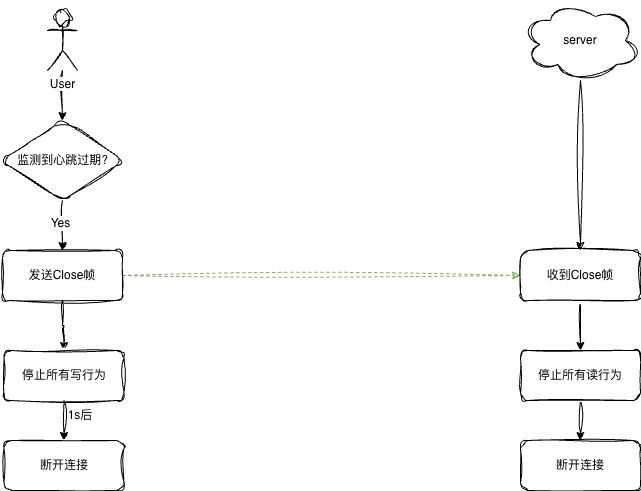
The draw.io diagram source/_posts/WSImpl/close.png in theo1893/theo1893.github.io, before a commit. Source tidied: cells renumbered, new cells last; positions are measured from the earlier drawing's top-left corner, leaving out a move shared by most shapes.
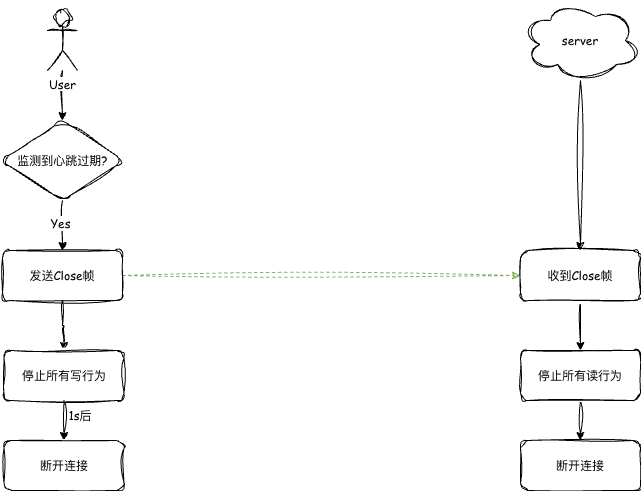
The same file after the commit.

The edit, as a diff of the source:
```diff
@@ -2,61 +2,61 @@
   <root>
     <mxCell id="0" />
     <mxCell id="1" parent="0" />
-    <mxCell id="2" style="edgeStyle=orthogonalEdgeStyle;shape=connector;rounded=0;sketch=1;jiggle=2;curveFitting=1;jettySize=auto;html=1;strokeColor=default;align=center;verticalAlign=middle;fontFamily=Helvetica;fontSize=12;fontColor=default;labelBackgroundColor=default;endArrow=classic;" parent="1" edge="1" source="3" target="8">
+    <mxCell id="2" style="edgeStyle=orthogonalEdgeStyle;shape=connector;rounded=0;sketch=1;jiggle=2;curveFitting=1;jettySize=auto;html=1;strokeColor=default;align=center;verticalAlign=middle;fontFamily=Comic Sans MS;fontSize=12;fontColor=default;labelBackgroundColor=default;endArrow=classic;" parent="1" edge="1" source="3" target="8">
       <mxGeometry relative="1" as="geometry" />
     </mxCell>
-    <mxCell id="3" value="User" style="shape=umlActor;verticalLabelPosition=bottom;verticalAlign=top;html=1;outlineConnect=0;rounded=1;sketch=1;jiggle=2;curveFitting=1;strokeColor=default;align=center;fontFamily=Helvetica;fontSize=12;fontColor=default;labelBackgroundColor=default;fillColor=default;" parent="1" vertex="1">
+    <mxCell id="3" value="User" style="shape=umlActor;verticalLabelPosition=bottom;verticalAlign=top;html=1;outlineConnect=0;rounded=1;sketch=1;jiggle=2;curveFitting=1;strokeColor=default;align=center;fontFamily=Comic Sans MS;fontSize=12;fontColor=default;labelBackgroundColor=default;fillColor=default;" parent="1" vertex="1">
       <mxGeometry x="47" y="10" width="30" height="60" as="geometry" />
     </mxCell>
-    <mxCell id="4" style="edgeStyle=orthogonalEdgeStyle;shape=connector;rounded=0;sketch=1;jiggle=2;curveFitting=1;jettySize=auto;html=1;entryX=0.5;entryY=0;entryDx=0;entryDy=0;strokeColor=default;align=center;verticalAlign=middle;fontFamily=Helvetica;fontSize=12;fontColor=default;labelBackgroundColor=default;endArrow=classic;" parent="1" edge="1" source="5" target="17">
+    <mxCell id="4" style="edgeStyle=orthogonalEdgeStyle;shape=connector;rounded=0;sketch=1;jiggle=2;curveFitting=1;jettySize=auto;html=1;entryX=0.5;entryY=0;entryDx=0;entryDy=0;strokeColor=default;align=center;verticalAlign=middle;fontFamily=Comic Sans MS;fontSize=12;fontColor=default;labelBackgroundColor=default;endArrow=classic;" parent="1" edge="1" source="5" target="17">
       <mxGeometry relative="1" as="geometry" />
     </mxCell>
-    <mxCell id="5" value="server" style="ellipse;shape=cloud;whiteSpace=wrap;html=1;rounded=1;sketch=1;jiggle=2;curveFitting=1;strokeColor=default;align=center;verticalAlign=middle;fontFamily=Helvetica;fontSize=12;fontColor=default;labelBackgroundColor=default;fillColor=default;" parent="1" vertex="1">
+    <mxCell id="5" value="server" style="ellipse;shape=cloud;whiteSpace=wrap;html=1;rounded=1;sketch=1;jiggle=2;curveFitting=1;strokeColor=default;align=center;verticalAlign=middle;fontFamily=Comic Sans MS;fontSize=12;fontColor=default;labelBackgroundColor=default;fillColor=default;" parent="1" vertex="1">
       <mxGeometry x="520" width="120" height="80" as="geometry" />
     </mxCell>
-    <mxCell id="6" style="edgeStyle=orthogonalEdgeStyle;shape=connector;rounded=0;sketch=1;jiggle=2;curveFitting=1;jettySize=auto;html=1;strokeColor=default;align=center;verticalAlign=middle;fontFamily=Helvetica;fontSize=12;fontColor=default;labelBackgroundColor=default;endArrow=classic;" parent="1" edge="1" source="8" target="11">
+    <mxCell id="6" style="edgeStyle=orthogonalEdgeStyle;shape=connector;rounded=0;sketch=1;jiggle=2;curveFitting=1;jettySize=auto;html=1;strokeColor=default;align=center;verticalAlign=middle;fontFamily=Comic Sans MS;fontSize=12;fontColor=default;labelBackgroundColor=default;endArrow=classic;" parent="1" edge="1" source="8" target="11">
       <mxGeometry relative="1" as="geometry" />
     </mxCell>
-    <mxCell id="7" value="Yes" style="edgeLabel;html=1;align=center;verticalAlign=middle;rounded=1;sketch=1;jiggle=2;curveFitting=1;strokeColor=default;fontFamily=Helvetica;fontSize=12;fontColor=default;labelBackgroundColor=default;fillColor=default;" parent="6" vertex="1">
+    <mxCell id="7" value="Yes" style="edgeLabel;html=1;align=center;verticalAlign=middle;rounded=1;sketch=1;jiggle=2;curveFitting=1;strokeColor=default;fontFamily=Comic Sans MS;fontSize=12;fontColor=default;labelBackgroundColor=default;fillColor=default;" parent="6" vertex="1">
       <mxGeometry x="-0.12" y="-3" relative="1" as="geometry" />
     </mxCell>
-    <mxCell id="8" value="监测到心跳过期?" style="rhombus;whiteSpace=wrap;html=1;rounded=1;sketch=1;jiggle=2;curveFitting=1;strokeColor=default;align=center;verticalAlign=middle;fontFamily=Helvetica;fontSize=12;fontColor=default;labelBackgroundColor=default;fillColor=default;" parent="1" vertex="1">
+    <mxCell id="8" value="监测到心跳过期?" style="rhombus;whiteSpace=wrap;html=1;rounded=1;sketch=1;jiggle=2;curveFitting=1;strokeColor=default;align=center;verticalAlign=middle;fontFamily=Comic Sans MS;fontSize=12;fontColor=default;labelBackgroundColor=default;fillColor=default;" parent="1" vertex="1">
       <mxGeometry x="0.5" y="120" width="123" height="80" as="geometry" />
     </mxCell>
-    <mxCell id="9" style="edgeStyle=orthogonalEdgeStyle;shape=connector;rounded=0;sketch=1;jiggle=2;curveFitting=1;jettySize=auto;html=1;strokeColor=default;align=center;verticalAlign=middle;fontFamily=Helvetica;fontSize=12;fontColor=default;labelBackgroundColor=default;endArrow=classic;" parent="1" edge="1" source="11" target="13">
+    <mxCell id="9" style="edgeStyle=orthogonalEdgeStyle;shape=connector;rounded=0;sketch=1;jiggle=2;curveFitting=1;jettySize=auto;html=1;strokeColor=default;align=center;verticalAlign=middle;fontFamily=Comic Sans MS;fontSize=12;fontColor=default;labelBackgroundColor=default;endArrow=classic;" parent="1" edge="1" source="11" target="13">
       <mxGeometry relative="1" as="geometry" />
     </mxCell>
-    <mxCell id="10" style="edgeStyle=orthogonalEdgeStyle;shape=connector;rounded=0;sketch=1;jiggle=2;curveFitting=1;jettySize=auto;html=1;strokeColor=#82b366;align=center;verticalAlign=middle;fontFamily=Helvetica;fontSize=12;fontColor=default;labelBackgroundColor=default;endArrow=classic;dashed=1;fillColor=#d5e8d4;" parent="1" edge="1" source="11" target="17">
+    <mxCell id="10" style="edgeStyle=orthogonalEdgeStyle;shape=connector;rounded=0;sketch=1;jiggle=2;curveFitting=1;jettySize=auto;html=1;strokeColor=#82b366;align=center;verticalAlign=middle;fontFamily=Comic Sans MS;fontSize=12;fontColor=default;labelBackgroundColor=default;endArrow=classic;dashed=1;fillColor=#d5e8d4;" parent="1" edge="1" source="11" target="17">
       <mxGeometry relative="1" as="geometry" />
     </mxCell>
-    <mxCell id="11" value="发送Close帧" style="rounded=1;whiteSpace=wrap;html=1;sketch=1;jiggle=2;curveFitting=1;strokeColor=default;align=center;verticalAlign=middle;fontFamily=Helvetica;fontSize=12;fontColor=default;labelBackgroundColor=default;fillColor=default;" parent="1" vertex="1">
+    <mxCell id="11" value="发送Close帧" style="rounded=1;whiteSpace=wrap;html=1;sketch=1;jiggle=2;curveFitting=1;strokeColor=default;align=center;verticalAlign=middle;fontFamily=Comic Sans MS;fontSize=12;fontColor=default;labelBackgroundColor=default;fillColor=default;" parent="1" vertex="1">
       <mxGeometry x="2" y="250" width="120" height="50" as="geometry" />
     </mxCell>
-    <mxCell id="12" style="edgeStyle=orthogonalEdgeStyle;shape=connector;rounded=0;sketch=1;jiggle=2;curveFitting=1;jettySize=auto;html=1;strokeColor=default;align=center;verticalAlign=middle;fontFamily=Helvetica;fontSize=12;fontColor=default;labelBackgroundColor=default;endArrow=classic;" parent="1" edge="1" source="13" target="14">
+    <mxCell id="12" style="edgeStyle=orthogonalEdgeStyle;shape=connector;rounded=0;sketch=1;jiggle=2;curveFitting=1;jettySize=auto;html=1;strokeColor=default;align=center;verticalAlign=middle;fontFamily=Comic Sans MS;fontSize=12;fontColor=default;labelBackgroundColor=default;endArrow=classic;" parent="1" edge="1" source="13" target="14">
       <mxGeometry relative="1" as="geometry" />
     </mxCell>
-    <mxCell id="13" value="停止所有写行为" style="rounded=1;whiteSpace=wrap;html=1;sketch=1;jiggle=2;curveFitting=1;strokeColor=default;align=center;verticalAlign=middle;fontFamily=Helvetica;fontSize=12;fontColor=default;labelBackgroundColor=default;fillColor=default;" parent="1" vertex="1">
+    <mxCell id="13" value="停止所有写行为" style="rounded=1;whiteSpace=wrap;html=1;sketch=1;jiggle=2;curveFitting=1;strokeColor=default;align=center;verticalAlign=middle;fontFamily=Comic Sans MS;fontSize=12;fontColor=default;labelBackgroundColor=default;fillColor=default;" parent="1" vertex="1">
       <mxGeometry x="3.5" y="350" width="120" height="50" as="geometry" />
     </mxCell>
-    <mxCell id="14" value="断开连接" style="rounded=1;whiteSpace=wrap;html=1;sketch=1;jiggle=2;curveFitting=1;strokeColor=default;align=center;verticalAlign=middle;fontFamily=Helvetica;fontSize=12;fontColor=default;labelBackgroundColor=default;fillColor=default;" parent="1" vertex="1">
+    <mxCell id="14" value="断开连接" style="rounded=1;whiteSpace=wrap;html=1;sketch=1;jiggle=2;curveFitting=1;strokeColor=default;align=center;verticalAlign=middle;fontFamily=Comic Sans MS;fontSize=12;fontColor=default;labelBackgroundColor=default;fillColor=default;" parent="1" vertex="1">
       <mxGeometry x="3.5" y="440" width="120" height="50" as="geometry" />
     </mxCell>
-    <mxCell id="15" value="1s后" style="text;html=1;whiteSpace=wrap;strokeColor=none;fillColor=none;align=center;verticalAlign=middle;rounded=0;fontFamily=Helvetica;fontSize=12;fontColor=default;labelBackgroundColor=default;" parent="1" vertex="1">
+    <mxCell id="15" value="1s后" style="text;html=1;whiteSpace=wrap;strokeColor=none;fillColor=none;align=center;verticalAlign=middle;rounded=0;fontFamily=Comic Sans MS;fontSize=12;fontColor=default;labelBackgroundColor=default;" parent="1" vertex="1">
       <mxGeometry x="50" y="400" width="60" height="30" as="geometry" />
     </mxCell>
-    <mxCell id="16" style="edgeStyle=orthogonalEdgeStyle;shape=connector;rounded=0;sketch=1;jiggle=2;curveFitting=1;jettySize=auto;html=1;strokeColor=default;align=center;verticalAlign=middle;fontFamily=Helvetica;fontSize=12;fontColor=default;labelBackgroundColor=default;endArrow=classic;" parent="1" edge="1" source="17" target="19">
+    <mxCell id="16" style="edgeStyle=orthogonalEdgeStyle;shape=connector;rounded=0;sketch=1;jiggle=2;curveFitting=1;jettySize=auto;html=1;strokeColor=default;align=center;verticalAlign=middle;fontFamily=Comic Sans MS;fontSize=12;fontColor=default;labelBackgroundColor=default;endArrow=classic;" parent="1" edge="1" source="17" target="19">
       <mxGeometry relative="1" as="geometry" />
     </mxCell>
-    <mxCell id="17" value="收到Close帧" style="rounded=1;whiteSpace=wrap;html=1;sketch=1;jiggle=2;curveFitting=1;strokeColor=default;align=center;verticalAlign=middle;fontFamily=Helvetica;fontSize=12;fontColor=default;labelBackgroundColor=default;fillColor=default;" parent="1" vertex="1">
+    <mxCell id="17" value="收到Close帧" style="rounded=1;whiteSpace=wrap;html=1;sketch=1;jiggle=2;curveFitting=1;strokeColor=default;align=center;verticalAlign=middle;fontFamily=Comic Sans MS;fontSize=12;fontColor=default;labelBackgroundColor=default;fillColor=default;" parent="1" vertex="1">
       <mxGeometry x="520" y="250" width="120" height="50" as="geometry" />
     </mxCell>
-    <mxCell id="18" style="edgeStyle=orthogonalEdgeStyle;shape=connector;rounded=0;sketch=1;jiggle=2;curveFitting=1;jettySize=auto;html=1;strokeColor=default;align=center;verticalAlign=middle;fontFamily=Helvetica;fontSize=12;fontColor=default;labelBackgroundColor=default;endArrow=classic;" parent="1" edge="1" source="19" target="20">
+    <mxCell id="18" style="edgeStyle=orthogonalEdgeStyle;shape=connector;rounded=0;sketch=1;jiggle=2;curveFitting=1;jettySize=auto;html=1;strokeColor=default;align=center;verticalAlign=middle;fontFamily=Comic Sans MS;fontSize=12;fontColor=default;labelBackgroundColor=default;endArrow=classic;" parent="1" edge="1" source="19" target="20">
       <mxGeometry relative="1" as="geometry" />
     </mxCell>
-    <mxCell id="19" value="停止所有读行为" style="rounded=1;whiteSpace=wrap;html=1;sketch=1;jiggle=2;curveFitting=1;strokeColor=default;align=center;verticalAlign=middle;fontFamily=Helvetica;fontSize=12;fontColor=default;labelBackgroundColor=default;fillColor=default;" parent="1" vertex="1">
+    <mxCell id="19" value="停止所有读行为" style="rounded=1;whiteSpace=wrap;html=1;sketch=1;jiggle=2;curveFitting=1;strokeColor=default;align=center;verticalAlign=middle;fontFamily=Comic Sans MS;fontSize=12;fontColor=default;labelBackgroundColor=default;fillColor=default;" parent="1" vertex="1">
       <mxGeometry x="520" y="350" width="120" height="50" as="geometry" />
     </mxCell>
-    <mxCell id="20" value="断开连接" style="rounded=1;whiteSpace=wrap;html=1;sketch=1;jiggle=2;curveFitting=1;strokeColor=default;align=center;verticalAlign=middle;fontFamily=Helvetica;fontSize=12;fontColor=default;labelBackgroundColor=default;fillColor=default;" parent="1" vertex="1">
+    <mxCell id="20" value="断开连接" style="rounded=1;whiteSpace=wrap;html=1;sketch=1;jiggle=2;curveFitting=1;strokeColor=default;align=center;verticalAlign=middle;fontFamily=Comic Sans MS;fontSize=12;fontColor=default;labelBackgroundColor=default;fillColor=default;" parent="1" vertex="1">
       <mxGeometry x="520" y="440" width="120" height="50" as="geometry" />
     </mxCell>
   </root>
```
